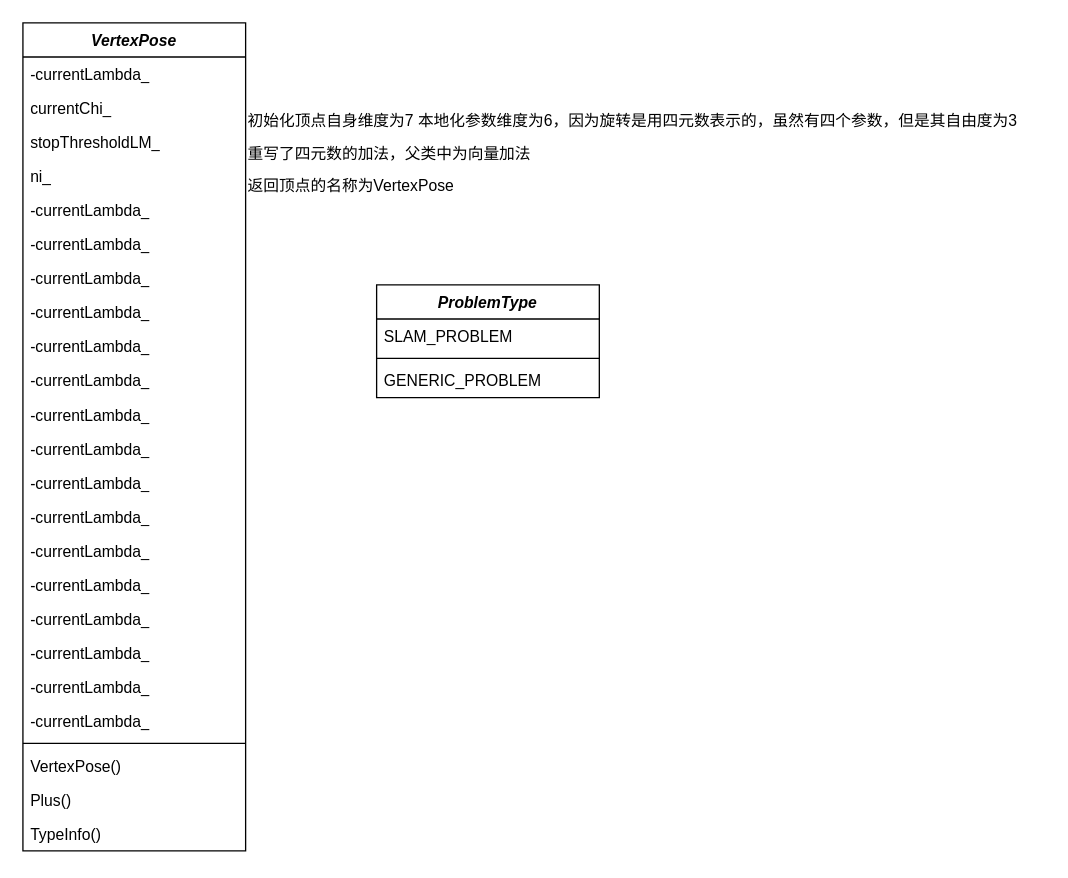
Before: Problem.drawio in liu-moon/img, a draw.io diagram. Source tidied: cells renumbered, new cells numbered last; positions are measured from the earlier drawing's top-left corner, leaving out a move shared by most shapes. Both pictures are drawn from the tidied source at 131%, with x=0, y=0 at pixel (22, 22).
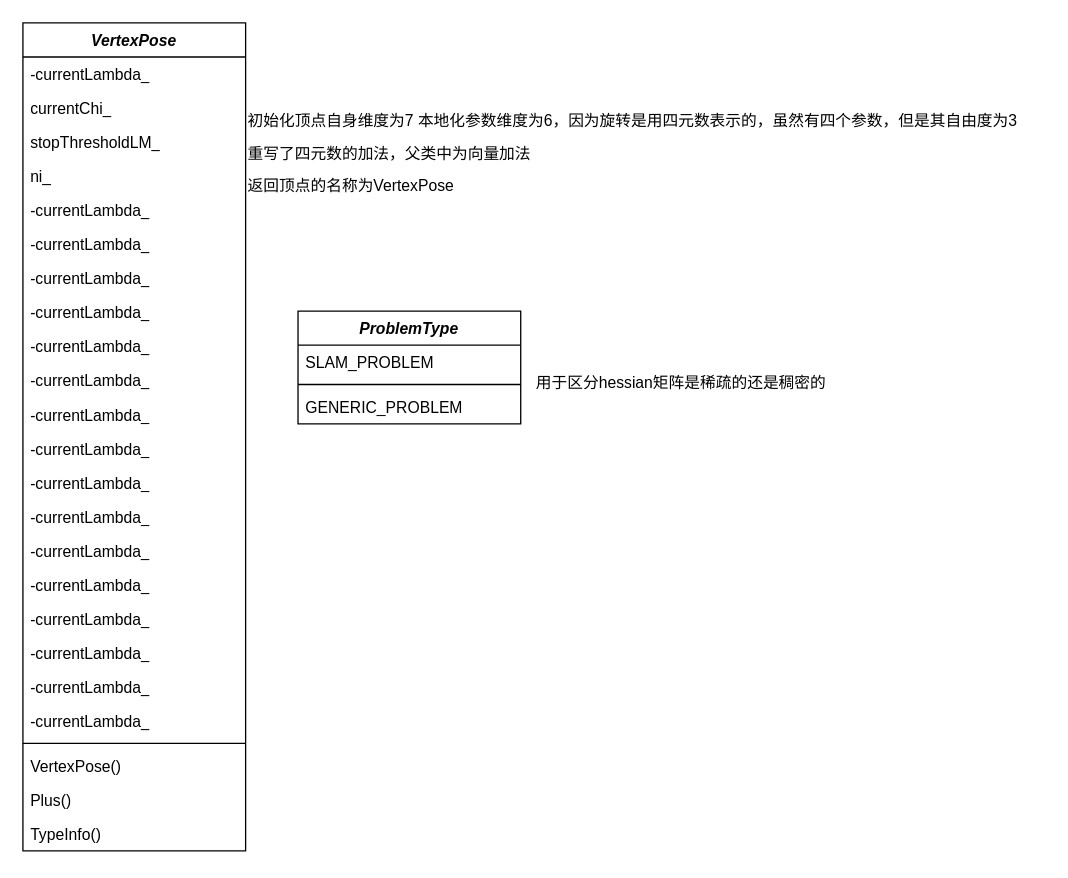
The same page after the edit.

Change to the diagram source:
```diff
@@
     <mxCell id="30" value="&lt;i&gt;ProblemType&lt;/i&gt;" style="swimlane;fontStyle=1;align=center;verticalAlign=top;horizontal=1;startSize=26;whiteSpace=wrap;html=1;" parent="1" vertex="1">
-      <mxGeometry x="270" y="200" width="170" height="86" as="geometry" />
+      <mxGeometry x="210" y="220" width="170" height="86" as="geometry" />
     </mxCell>
@@
+    <mxCell id="34" value="用于区分hessian矩阵是稀疏的还是稠密的" style="text;html=1;align=left;verticalAlign=middle;strokeColor=none;fillColor=none;" parent="1" vertex="1">
+      <mxGeometry x="390" y="260" width="240" height="30" as="geometry" />
+    </mxCell>
```
